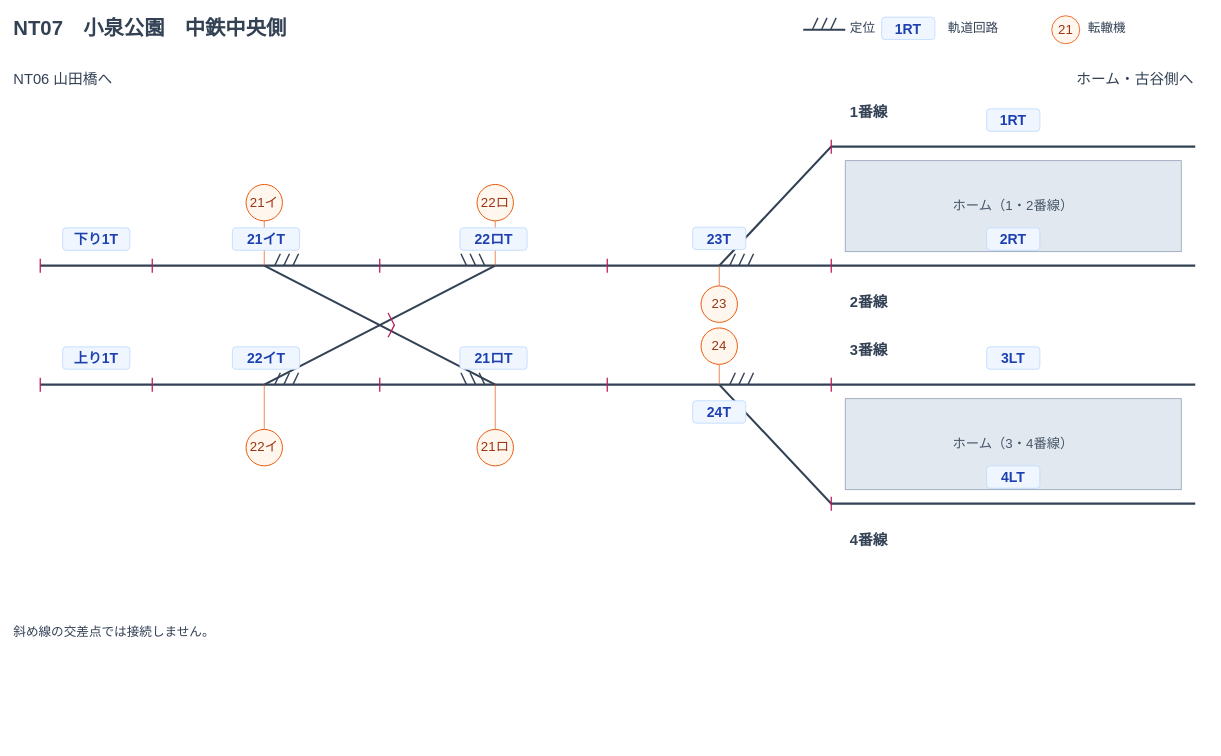
Above: page "02 中鉄中央側 詳細" (2 of 3) of Documentation/Track/NtLine/Wiring/Stations/NT07配線図.drawio in neko3141592/Nakatetsu (draw.io), before the change. Source tidied: cells renumbered, new cells numbered last; positions are measured from the earlier drawing's top-left corner, leaving out a move shared by most shapes. Both pictures are drawn from the tidied source at 70%, with x=0, y=0 at pixel (12, 12).
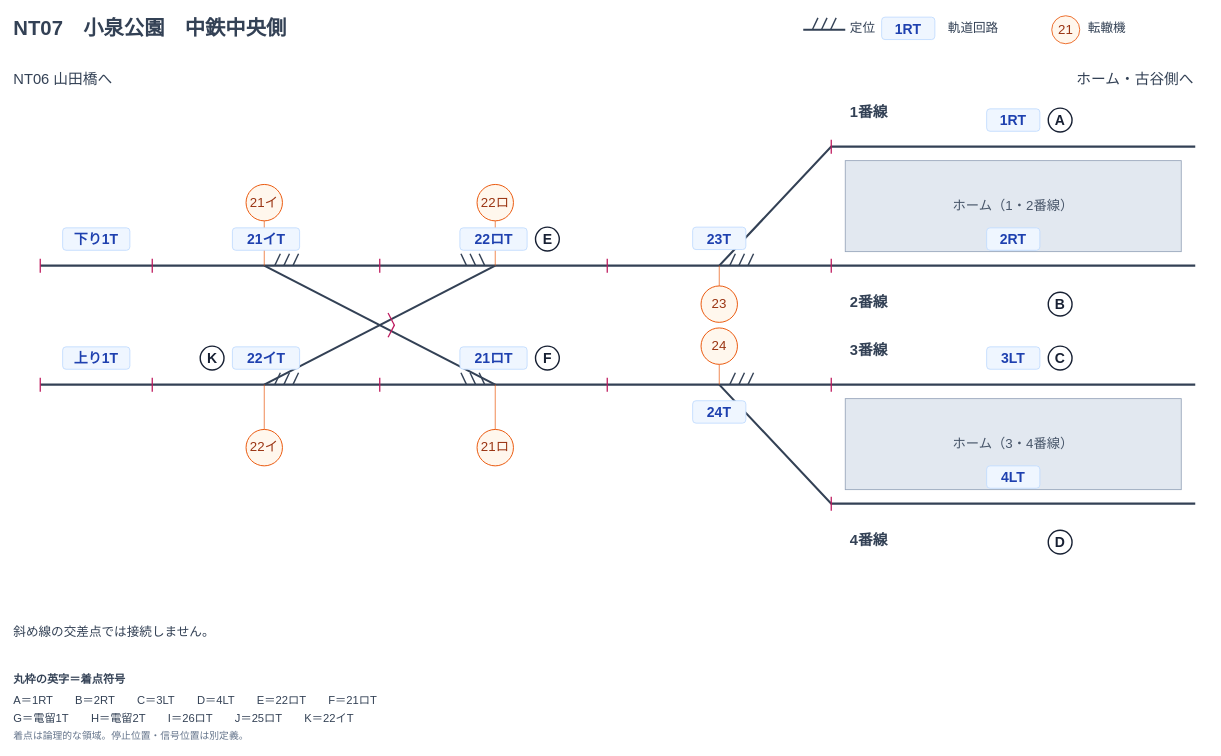
After the change.

Change to the diagram source:
```diff
@@
+    <mxCell id="83" value="E" style="ellipse;html=0;whiteSpace=wrap;fillColor=#ffffff;strokeColor=#172033;strokeWidth=2;fontFamily=Hiragino Sans;fontSize=20;fontColor=#172033;fontStyle=1;align=center;verticalAlign=middle;" parent="1" vertex="1">
+      <mxGeometry x="747.5" y="307" width="34" height="34" as="geometry" />
+    </mxCell>
+    <mxCell id="84" value="K" style="ellipse;html=0;whiteSpace=wrap;fillColor=#ffffff;strokeColor=#172033;strokeWidth=2;fontFamily=Hiragino Sans;fontSize=20;fontColor=#172033;fontStyle=1;align=center;verticalAlign=middle;" parent="1" vertex="1">
+      <mxGeometry x="268.5" y="477" width="34" height="34" as="geometry" />
+    </mxCell>
+    <mxCell id="85" value="F" style="ellipse;html=0;whiteSpace=wrap;fillColor=#ffffff;strokeColor=#172033;strokeWidth=2;fontFamily=Hiragino Sans;fontSize=20;fontColor=#172033;fontStyle=1;align=center;verticalAlign=middle;" parent="1" vertex="1">
+      <mxGeometry x="747.5" y="477" width="34" height="34" as="geometry" />
+    </mxCell>
+    <mxCell id="86" value="A" style="ellipse;html=0;whiteSpace=wrap;fillColor=#ffffff;strokeColor=#172033;strokeWidth=2;fontFamily=Hiragino Sans;fontSize=20;fontColor=#172033;fontStyle=1;align=center;verticalAlign=middle;" parent="1" vertex="1">
+      <mxGeometry x="1480" y="137" width="34" height="34" as="geometry" />
+    </mxCell>
+    <mxCell id="87" value="B" style="ellipse;html=0;whiteSpace=wrap;fillColor=#ffffff;strokeColor=#172033;strokeWidth=2;fontFamily=Hiragino Sans;fontSize=20;fontColor=#172033;fontStyle=1;align=center;verticalAlign=middle;" parent="1" vertex="1">
+      <mxGeometry x="1480" y="400" width="34" height="34" as="geometry" />
+    </mxCell>
+    <mxCell id="88" value="C" style="ellipse;html=0;whiteSpace=wrap;fillColor=#ffffff;strokeColor=#172033;strokeWidth=2;fontFamily=Hiragino Sans;fontSize=20;fontColor=#172033;fontStyle=1;align=center;verticalAlign=middle;" parent="1" vertex="1">
+      <mxGeometry x="1480" y="477" width="34" height="34" as="geometry" />
+    </mxCell>
+    <mxCell id="89" value="D" style="ellipse;html=0;whiteSpace=wrap;fillColor=#ffffff;strokeColor=#172033;strokeWidth=2;fontFamily=Hiragino Sans;fontSize=20;fontColor=#172033;fontStyle=1;align=center;verticalAlign=middle;" parent="1" vertex="1">
+      <mxGeometry x="1480" y="740" width="34" height="34" as="geometry" />
+    </mxCell>
+    <mxCell id="90" value="丸枠の英字＝着点符号" style="text;html=0;whiteSpace=wrap;strokeColor=none;fillColor=none;align=left;verticalAlign=middle;fontFamily=Hiragino Sans;fontSize=16;fontColor=#334155;fontStyle=1;" parent="1" vertex="1">
+      <mxGeometry y="940" width="1710" height="26" as="geometry" />
+    </mxCell>
+    <mxCell id="91" value="A＝1RT　　B＝2RT　　C＝3LT　　D＝4LT　　E＝22ロT　　F＝21ロT" style="text;html=0;whiteSpace=wrap;strokeColor=none;fillColor=none;align=left;verticalAlign=middle;fontFamily=Hiragino Sans;fontSize=16;fontColor=#334155;" parent="1" vertex="1">
+      <mxGeometry y="970" width="1710" height="26" as="geometry" />
+    </mxCell>
+    <mxCell id="92" value="G＝電留1T　　H＝電留2T　　I＝26ロT　　J＝25ロT　　K＝22イT" style="text;html=0;whiteSpace=wrap;strokeColor=none;fillColor=none;align=left;verticalAlign=middle;fontFamily=Hiragino Sans;fontSize=16;fontColor=#334155;" parent="1" vertex="1">
+      <mxGeometry y="996" width="1710" height="26" as="geometry" />
+    </mxCell>
+    <mxCell id="93" value="着点は論理的な領域。停止位置・信号位置は別定義。" style="text;html=0;whiteSpace=wrap;strokeColor=none;fillColor=none;align=left;verticalAlign=middle;fontFamily=Hiragino Sans;fontSize=16;fontColor=#334155;fontSize=14;fontColor=#64748b;" parent="1" vertex="1">
+      <mxGeometry y="1022" width="1710" height="24" as="geometry" />
+    </mxCell>
```
